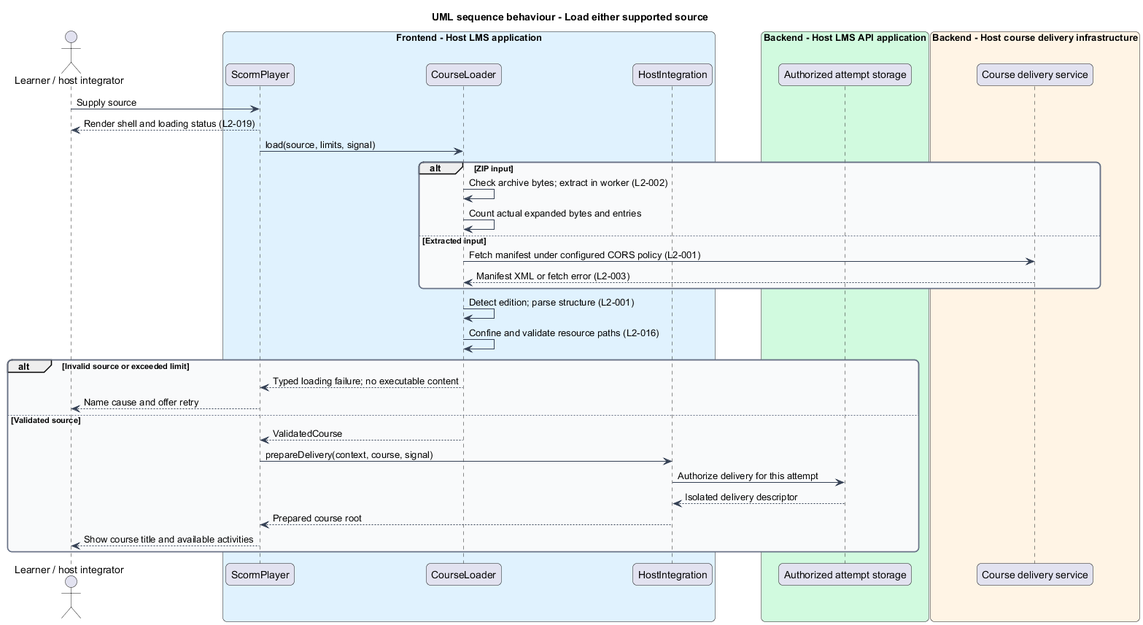
Before: docs/detailed-designs/scorm-player/load-course/diagrams/sequence-load.png, a diagram exported from PlantUML (QuinntyneBrown/Tessera).
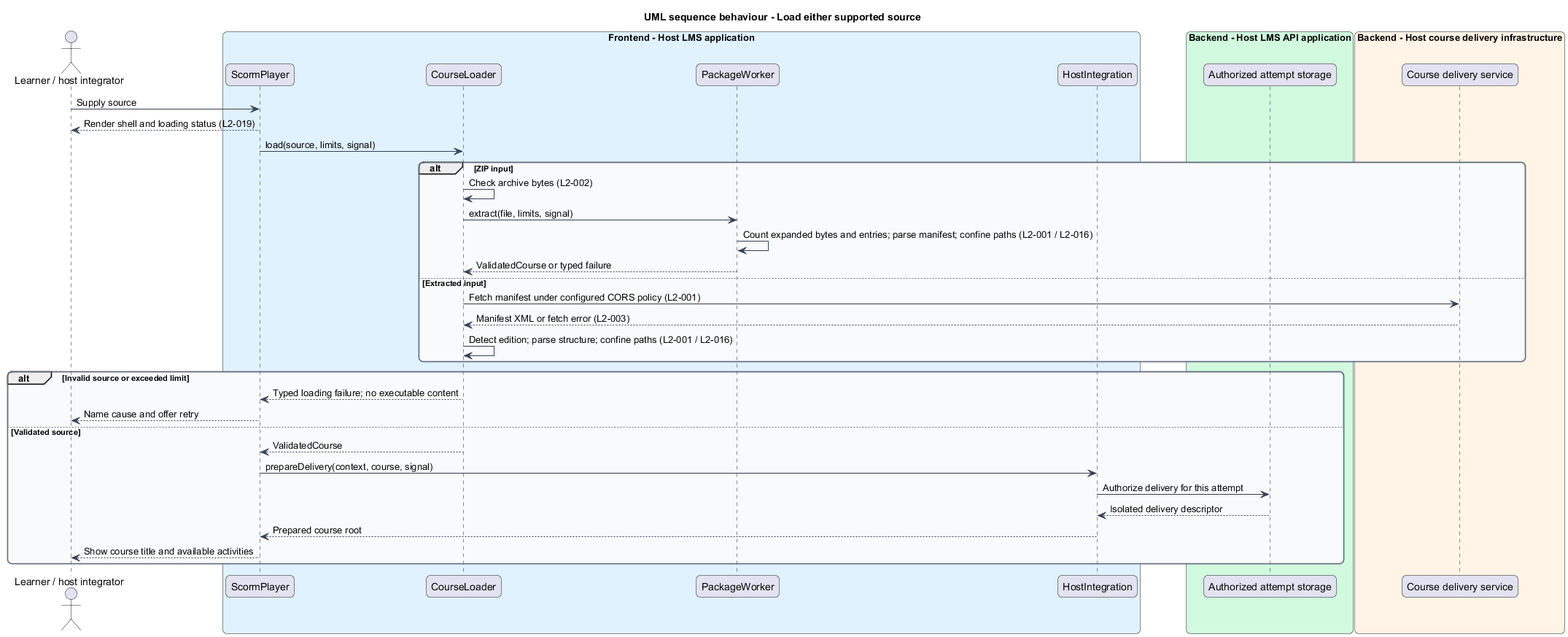
Later version of the same file.

Diff of the diagram source:
```diff
@@ -18,6 +18,7 @@
 box "Frontend - Host LMS application" #E0F2FE
   participant "ScormPlayer" as shell
   participant "CourseLoader" as core
+  participant "PackageWorker" as worker
   participant "HostIntegration" as host
 end box
 box "Backend - Host LMS API application" #D1FADF
@@ -31,14 +32,15 @@
 shell --> actor : Render shell and loading status (L2-019)
 shell -> core : load(source, limits, signal)
 alt ZIP input
-  core -> core : Check archive bytes; extract in worker (L2-002)
-  core -> core : Count actual expanded bytes and entries
+  core -> core : Check archive bytes (L2-002)
+  core -> worker : extract(file, limits, signal)
+  worker -> worker : Count expanded bytes and entries; parse manifest; confine paths (L2-001 / L2-016)
+  worker --> core : ValidatedCourse or typed failure
 else Extracted input
   core -> delivery : Fetch manifest under configured CORS policy (L2-001)
   delivery --> core : Manifest XML or fetch error (L2-003)
+  core -> core : Detect edition; parse structure; confine paths (L2-001 / L2-016)
 end
-core -> core : Detect edition; parse structure (L2-001)
-core -> core : Confine and validate resource paths (L2-016)
 alt Invalid source or exceeded limit
   core --> shell : Typed loading failure; no executable content
   shell --> actor : Name cause and offer retry
```
